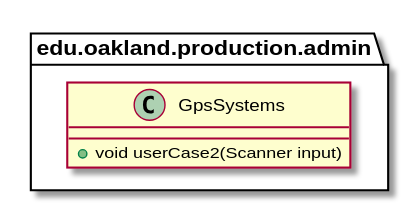
Before: docs/uml-class-diagrams/admin/production/GpsSystem/GpsSystem.svg, a diagram exported from PlantUML (andrewdimmer/csi-3370-software-project). Its diagram source:
```plantuml
@startuml GpsSystem

package edu.oakland.production.admin {
    class GpsSystems {
        + void userCase2(Scanner input)
    }
}

@enduml
```
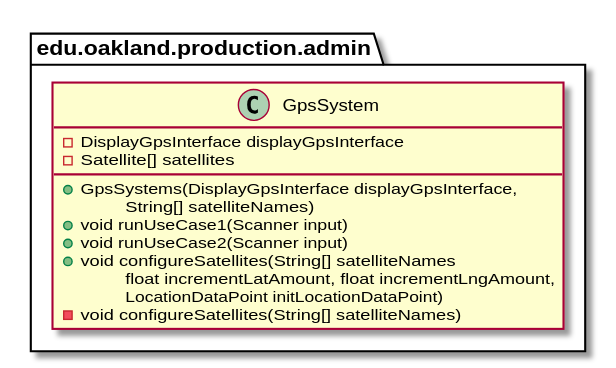
Later version of the same file.

The edit, as a diff of the source:
```diff
@@ -1,8 +1,18 @@
 @startuml GpsSystem
 
 package edu.oakland.production.admin {
-    class GpsSystems {
-        + void userCase2(Scanner input)
+    class GpsSystem {
+        - DisplayGpsInterface displayGpsInterface
+        - Satellite[] satellites
+        __
+        + GpsSystems(DisplayGpsInterface displayGpsInterface,
+        \tString[] satelliteNames)
+        + void runUseCase1(Scanner input)
+        + void runUseCase2(Scanner input)
+        + void configureSatellites(String[] satelliteNames
+        \tfloat incrementLatAmount, float incrementLngAmount,
+        \tLocationDataPoint initLocationDataPoint)
+        - void configureSatellites(String[] satelliteNames)
     }
 }
 
```
